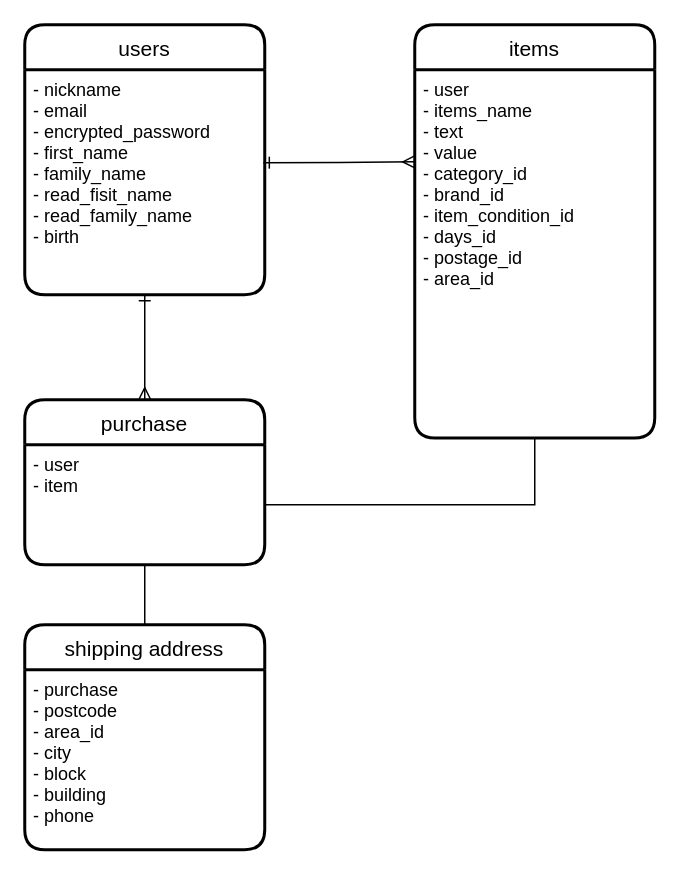
kotaro0217/seasy keeps this draw.io diagram as app/views/table.dio. Above is the earlier version. Source tidied: cells renumbered, new cells numbered last; positions are measured from the earlier drawing's top-left corner, leaving out a move shared by most shapes. Both pictures are drawn from the tidied source at 150%, with x=0, y=0 at pixel (24, 24).
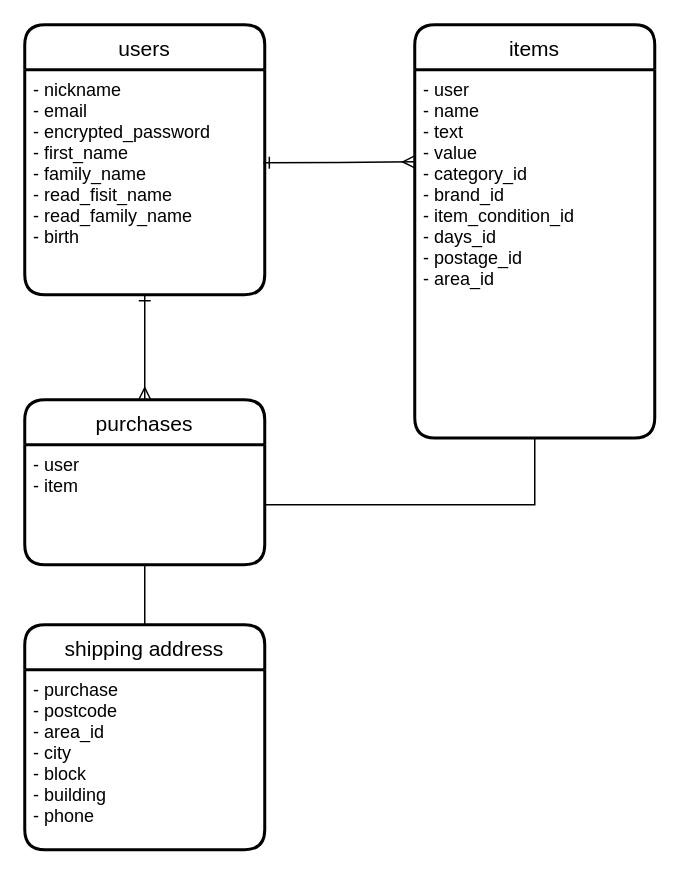
The same page after the edit.

Commit message (it also covers changes not shown here):
テーブル設計再修正４

Change to the diagram source:
```diff
@@
 <mxGraphModel>
   <root>
     <mxCell id="0" />
     <mxCell id="1" parent="0" />
     <mxCell id="2" value="items" style="swimlane;horizontal=1;startSize=30;rounded=1;fontSize=14;fontStyle=0;strokeWidth=2;shadow=0;dashed=0;align=center;fillColor=none;" parent="1" vertex="1">
       <mxGeometry x="260" width="160" height="275.5" as="geometry" />
     </mxCell>
     <mxCell id="3" style="edgeStyle=orthogonalEdgeStyle;rounded=0;orthogonalLoop=1;jettySize=auto;html=1;exitX=0.5;exitY=1;exitDx=0;exitDy=0;" parent="2" edge="1" source="4" target="4">
       <mxGeometry relative="1" as="geometry" />
     </mxCell>
-    <mxCell id="4" value="- user&#10;- items_name&#10;- text&#10;- value&#10;- category_id&#10;- brand_id&#10;- item_condition_id&#10;- days_id&#10;- postage_id&#10;- area_id" style="align=left;strokeColor=none;fillColor=none;spacingLeft=4;fontSize=12;verticalAlign=top;" parent="2" vertex="1">
+    <mxCell id="4" value="- user&#10;- name&#10;- text&#10;- value&#10;- category_id&#10;- brand_id&#10;- item_condition_id&#10;- days_id&#10;- postage_id&#10;- area_id" style="align=left;strokeColor=none;fillColor=none;spacingLeft=4;fontSize=12;verticalAlign=top;" parent="2" vertex="1">
       <mxGeometry y="30" width="160" height="245.5" as="geometry" />
     </mxCell>
     <mxCell id="5" value="users" style="swimlane;horizontal=1;startSize=30;rounded=1;fontSize=14;fontStyle=0;strokeWidth=2;shadow=0;dashed=0;align=center;fillColor=none;" parent="1" vertex="1">
       <mxGeometry width="160" height="180" as="geometry" />
     </mxCell>
     <mxCell id="6" value="- nickname&#10;- email&#10;- encrypted_password&#10;- first_name&#10;- family_name&#10;- read_fisit_name&#10;- read_family_name&#10;- birth" style="align=left;strokeColor=none;fillColor=none;spacingLeft=4;fontSize=12;verticalAlign=top;" parent="5" vertex="1">
       <mxGeometry y="30" width="160" height="150" as="geometry" />
     </mxCell>
     <mxCell id="7" value="shipping address" style="swimlane;horizontal=1;startSize=30;rounded=1;fontSize=14;fontStyle=0;strokeWidth=2;shadow=0;dashed=0;align=center;fillColor=none;" parent="1" vertex="1">
       <mxGeometry y="400" width="160" height="150" as="geometry" />
     </mxCell>
     <mxCell id="8" value="- purchase&#10;- postcode&#10;- area_id&#10;- city&#10;- block&#10;- building&#10;- phone&#10;&#10;" style="align=left;strokeColor=none;fillColor=none;spacingLeft=4;fontSize=12;verticalAlign=top;" parent="7" vertex="1">
       <mxGeometry y="30" width="160" height="120" as="geometry" />
     </mxCell>
     <mxCell id="9" style="edgeStyle=orthogonalEdgeStyle;rounded=0;orthogonalLoop=1;jettySize=auto;html=1;exitX=0.5;exitY=1;exitDx=0;exitDy=0;" parent="7" edge="1" source="8" target="8">
       <mxGeometry relative="1" as="geometry" />
     </mxCell>
-    <mxCell id="10" value="purchase" style="swimlane;horizontal=1;startSize=30;rounded=1;fontSize=14;fontStyle=0;strokeWidth=2;shadow=0;dashed=0;align=center;" parent="1" vertex="1">
+    <mxCell id="10" value="purchases" style="swimlane;horizontal=1;startSize=30;rounded=1;fontSize=14;fontStyle=0;strokeWidth=2;shadow=0;dashed=0;align=center;" parent="1" vertex="1">
       <mxGeometry y="250" width="160" height="110" as="geometry" />
     </mxCell>
     <mxCell id="11" value="- user&#10;- item" style="align=left;strokeColor=none;fillColor=none;spacingLeft=4;fontSize=12;verticalAlign=top;" parent="10" vertex="1">
       <mxGeometry y="30" width="160" height="80" as="geometry" />
     </mxCell>
     <mxCell id="12" style="edgeStyle=orthogonalEdgeStyle;rounded=0;jettySize=auto;html=1;exitX=0.5;exitY=1;exitDx=0;exitDy=0;endArrow=none;endFill=0;" parent="1" edge="1" source="11" target="7">
       <mxGeometry relative="1" as="geometry" />
     </mxCell>
     <mxCell id="13" style="edgeStyle=orthogonalEdgeStyle;rounded=0;jettySize=auto;html=1;exitX=0.5;exitY=1;exitDx=0;exitDy=0;entryX=1;entryY=0.5;entryDx=0;entryDy=0;startArrow=none;startFill=0;endArrow=none;endFill=0;" parent="1" edge="1" source="4" target="11">
       <mxGeometry relative="1" as="geometry">
         <Array as="points">
           <mxPoint x="340" y="320" />
         </Array>
       </mxGeometry>
     </mxCell>
     <mxCell id="14" style="edgeStyle=orthogonalEdgeStyle;rounded=0;jettySize=auto;html=1;exitX=0.994;exitY=0.413;exitDx=0;exitDy=0;entryX=0;entryY=0.25;entryDx=0;entryDy=0;exitPerimeter=0;endArrow=ERmany;endFill=0;startArrow=ERone;startFill=0;" parent="1" edge="1" source="6" target="4">
       <mxGeometry relative="1" as="geometry" />
     </mxCell>
     <mxCell id="15" style="edgeStyle=orthogonalEdgeStyle;rounded=0;jettySize=auto;html=1;exitX=0.5;exitY=1;exitDx=0;exitDy=0;entryX=0.5;entryY=0;entryDx=0;entryDy=0;endArrow=ERmany;endFill=0;startArrow=ERone;startFill=0;" parent="1" edge="1" source="6" target="10">
       <mxGeometry relative="1" as="geometry" />
     </mxCell>
   </root>
 </mxGraphModel>
```
